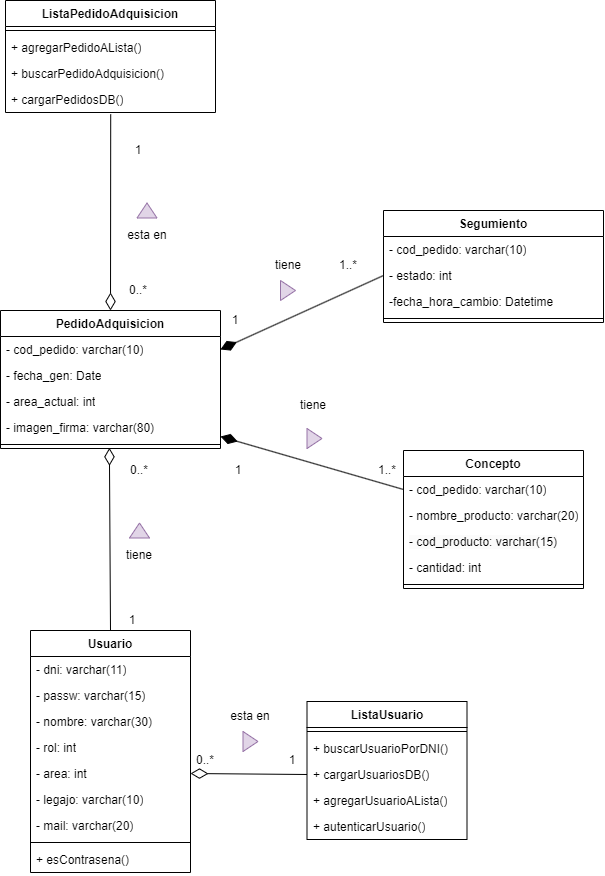
Above: diag_clases.png in yandro899/inso2-prototipo (draw.io), before the change. Source tidied: cells renumbered, new cells last; positions are measured from the earlier drawing's top-left corner, leaving out a move shared by most shapes.
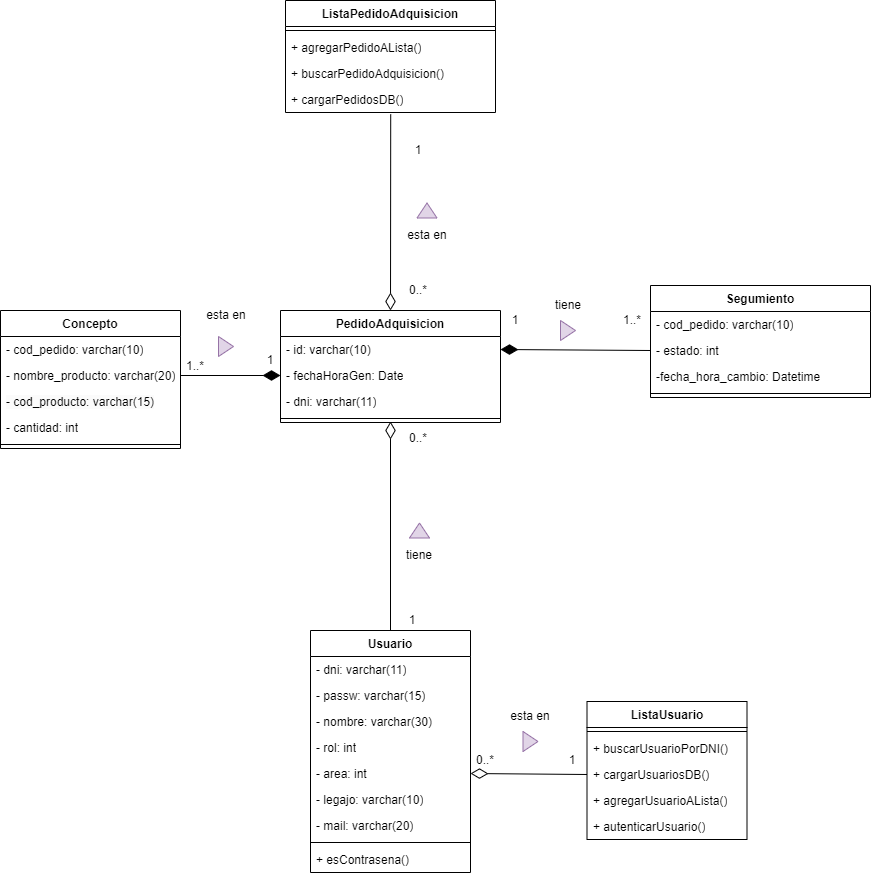
After the change.

Commit message:
Cambio diagrama de clases

Change to the diagram source:
```diff
@@ -3,25 +3,22 @@
     <mxCell id="0" />
     <mxCell id="1" parent="0" />
     <mxCell id="2" value="PedidoAdquisicion" style="swimlane;fontStyle=1;align=center;verticalAlign=top;horizontal=1;startSize=26;whiteSpace=wrap;html=1;" parent="1" vertex="1">
-      <mxGeometry y="310" width="220" height="138" as="geometry" />
+      <mxGeometry y="310" width="220" height="112" as="geometry" />
     </mxCell>
-    <mxCell id="3" value="- cod_pedido: varchar(10)" style="text;strokeColor=none;fillColor=none;align=left;verticalAlign=top;spacingLeft=4;spacingRight=4;overflow=hidden;points=[[0,0.5],[1,0.5]];portConstraint=eastwest;whiteSpace=wrap;html=1;" parent="2" vertex="1">
+    <mxCell id="3" value="- id: varchar(10)" style="text;strokeColor=none;fillColor=none;align=left;verticalAlign=top;spacingLeft=4;spacingRight=4;overflow=hidden;points=[[0,0.5],[1,0.5]];portConstraint=eastwest;whiteSpace=wrap;html=1;" parent="2" vertex="1">
       <mxGeometry y="26" width="220" height="26" as="geometry" />
     </mxCell>
-    <mxCell id="4" value="- fecha_gen: Date" style="text;strokeColor=none;fillColor=none;align=left;verticalAlign=top;spacingLeft=4;spacingRight=4;overflow=hidden;points=[[0,0.5],[1,0.5]];portConstraint=eastwest;whiteSpace=wrap;html=1;" parent="2" vertex="1">
+    <mxCell id="4" value="- fechaHoraGen: Date" style="text;strokeColor=none;fillColor=none;align=left;verticalAlign=top;spacingLeft=4;spacingRight=4;overflow=hidden;points=[[0,0.5],[1,0.5]];portConstraint=eastwest;whiteSpace=wrap;html=1;" parent="2" vertex="1">
       <mxGeometry y="52" width="220" height="26" as="geometry" />
     </mxCell>
-    <mxCell id="5" value="- area_actual: int" style="text;strokeColor=none;fillColor=none;align=left;verticalAlign=top;spacingLeft=4;spacingRight=4;overflow=hidden;whiteSpace=wrap;html=1;" parent="2" vertex="1">
+    <mxCell id="5" value="- dni: varchar(11)" style="text;strokeColor=none;fillColor=none;align=left;verticalAlign=top;spacingLeft=4;spacingRight=4;overflow=hidden;whiteSpace=wrap;html=1;" parent="2" vertex="1">
       <mxGeometry y="78" width="220" height="26" as="geometry" />
     </mxCell>
-    <mxCell id="6" value="- imagen_firma: varchar(80)" style="text;strokeColor=none;fillColor=none;align=left;verticalAlign=top;spacingLeft=4;spacingRight=4;overflow=hidden;whiteSpace=wrap;html=1;" parent="2" vertex="1">
-      <mxGeometry y="104" width="220" height="26" as="geometry" />
-    </mxCell>
     <mxCell id="7" style="line;strokeWidth=1;fillColor=none;align=left;verticalAlign=middle;spacingTop=-1;spacingLeft=3;spacingRight=3;labelPosition=right;points=[];portConstraint=eastwest;strokeColor=inherit;" parent="2" vertex="1">
-      <mxGeometry y="130" width="220" height="8" as="geometry" />
+      <mxGeometry y="104" width="220" height="8" as="geometry" />
     </mxCell>
     <mxCell id="8" value="Segumiento" style="swimlane;fontStyle=1;align=center;verticalAlign=top;horizontal=1;startSize=26;whiteSpace=wrap;html=1;" parent="1" vertex="1">
-      <mxGeometry x="383" y="210" width="220" height="112" as="geometry" />
+      <mxGeometry x="370" y="285" width="220" height="112" as="geometry" />
     </mxCell>
     <mxCell id="9" value="- cod_pedido: varchar(10)" style="text;strokeColor=none;fillColor=none;align=left;verticalAlign=top;spacingLeft=4;spacingRight=4;overflow=hidden;whiteSpace=wrap;html=1;" parent="8" vertex="1">
       <mxGeometry y="26" width="220" height="26" as="geometry" />
@@ -99,7 +96,7 @@
       <mxGeometry y="86" width="210" height="26" as="geometry" />
     </mxCell>
     <mxCell id="34" value="Concepto" style="swimlane;fontStyle=1;align=center;verticalAlign=top;horizontal=1;startSize=26;whiteSpace=wrap;html=1;" parent="1" vertex="1">
-      <mxGeometry x="403" y="450" width="180" height="138" as="geometry" />
+      <mxGeometry x="-280" y="310" width="180" height="138" as="geometry" />
     </mxCell>
     <mxCell id="35" value="- cod_pedido: varchar(10)" style="text;strokeColor=none;fillColor=none;align=left;verticalAlign=top;spacingLeft=4;spacingRight=4;overflow=hidden;points=[[0,0.5],[1,0.5]];portConstraint=eastwest;whiteSpace=wrap;html=1;" parent="34" vertex="1">
       <mxGeometry y="26" width="180" height="26" as="geometry" />
@@ -119,18 +116,14 @@
     <mxCell id="40" style="endArrow=none;html=1;rounded=0;exitX=1;exitY=0.5;exitDx=0;exitDy=0;entryX=0;entryY=0.5;entryDx=0;entryDy=0;startArrow=diamondThin;startFill=1;endFill=0;startSize=15;endSize=15;" parent="1" edge="1" source="3" target="10">
       <mxGeometry relative="1" as="geometry" />
     </mxCell>
-    <mxCell id="41" style="endArrow=none;html=1;rounded=0;exitX=1;exitY=0.5;exitDx=0;exitDy=0;entryX=0;entryY=0.5;entryDx=0;entryDy=0;startArrow=diamondThin;startFill=1;endFill=0;startSize=15;endSize=15;" parent="1" edge="1" target="35">
-      <mxGeometry relative="1" as="geometry">
-        <mxPoint x="220" y="436" as="sourcePoint" />
-      </mxGeometry>
+    <mxCell id="41" style="endArrow=none;html=1;rounded=0;entryX=1;entryY=0.5;entryDx=0;entryDy=0;startArrow=diamondThin;startFill=1;endFill=0;startSize=15;endSize=15;exitX=0;exitY=0.5;exitDx=0;exitDy=0;" parent="1" edge="1" source="4" target="36">
+      <mxGeometry relative="1" as="geometry" />
     </mxCell>
     <mxCell id="42" style="endArrow=none;html=1;rounded=0;exitX=0.5;exitY=0;exitDx=0;exitDy=0;entryX=0.501;entryY=1.071;entryDx=0;entryDy=0;entryPerimeter=0;startArrow=diamondThin;startFill=0;endFill=0;startSize=15;endSize=15;" parent="1" edge="1" source="2" target="33">
       <mxGeometry relative="1" as="geometry" />
     </mxCell>
-    <mxCell id="43" style="endArrow=diamondThin;html=1;rounded=0;entryX=0.495;entryY=0.936;entryDx=0;entryDy=0;entryPerimeter=0;exitX=0.5;exitY=0;exitDx=0;exitDy=0;startArrow=none;startFill=0;endFill=0;startSize=15;endSize=15;" parent="1" edge="1" source="13">
-      <mxGeometry relative="1" as="geometry">
-        <mxPoint x="108.9" y="447.3" as="targetPoint" />
-      </mxGeometry>
+    <mxCell id="43" style="endArrow=diamondThin;html=1;rounded=0;exitX=0.5;exitY=0;exitDx=0;exitDy=0;startArrow=none;startFill=0;endFill=0;startSize=15;endSize=15;entryX=0.5;entryY=0.875;entryDx=0;entryDy=0;entryPerimeter=0;" parent="1" edge="1" source="13" target="7">
+      <mxGeometry relative="1" as="geometry" />
     </mxCell>
     <mxCell id="44" style="endArrow=none;html=1;rounded=0;exitX=1;exitY=0.5;exitDx=0;exitDy=0;entryX=0;entryY=0.5;entryDx=0;entryDy=0;startArrow=diamondThin;startFill=0;endFill=0;startSize=15;endSize=15;" parent="1" edge="1" source="18" target="26">
       <mxGeometry relative="1" as="geometry" />
@@ -139,19 +132,19 @@
       <mxGeometry x="220" y="310" width="30" height="20" as="geometry" />
     </mxCell>
     <mxCell id="46" value="1..*" style="text;html=1;align=center;verticalAlign=middle;whiteSpace=wrap;rounded=0;" parent="1" vertex="1">
-      <mxGeometry x="333" y="255" width="30" height="20" as="geometry" />
+      <mxGeometry x="337" y="310" width="30" height="20" as="geometry" />
     </mxCell>
     <mxCell id="47" value="1" style="text;html=1;align=center;verticalAlign=middle;whiteSpace=wrap;rounded=0;" parent="1" vertex="1">
-      <mxGeometry x="223" y="460" width="30" height="20" as="geometry" />
+      <mxGeometry x="-25" y="350" width="30" height="20" as="geometry" />
     </mxCell>
     <mxCell id="48" value="1..*" style="text;html=1;align=center;verticalAlign=middle;whiteSpace=wrap;rounded=0;" parent="1" vertex="1">
-      <mxGeometry x="371.5" y="460" width="30" height="20" as="geometry" />
+      <mxGeometry x="-100" y="356" width="30" height="20" as="geometry" />
     </mxCell>
     <mxCell id="49" value="1" style="text;html=1;align=center;verticalAlign=middle;whiteSpace=wrap;rounded=0;" parent="1" vertex="1">
       <mxGeometry x="116.5" y="610" width="30" height="20" as="geometry" />
     </mxCell>
     <mxCell id="50" value="0..*" style="text;html=1;align=center;verticalAlign=middle;whiteSpace=wrap;rounded=0;" parent="1" vertex="1">
-      <mxGeometry x="124" y="460" width="30" height="20" as="geometry" />
+      <mxGeometry x="123" y="428" width="30" height="20" as="geometry" />
     </mxCell>
     <mxCell id="51" value="0..*" style="text;html=1;align=center;verticalAlign=middle;whiteSpace=wrap;rounded=0;" parent="1" vertex="1">
       <mxGeometry x="123" y="280" width="30" height="20" as="geometry" />
@@ -166,10 +159,10 @@
       <mxGeometry x="276.5" y="750" width="30" height="20" as="geometry" />
     </mxCell>
     <mxCell id="55" style="triangle;whiteSpace=wrap;html=1;fillColor=#e1d5e7;strokeColor=#9673a6;" parent="1" vertex="1">
-      <mxGeometry x="306.5" y="428" width="15" height="20" as="geometry" />
+      <mxGeometry x="-62" y="336" width="15" height="20" as="geometry" />
     </mxCell>
-    <mxCell id="56" value="tiene" style="text;html=1;align=center;verticalAlign=middle;whiteSpace=wrap;rounded=0;" parent="1" vertex="1">
-      <mxGeometry x="283" y="390" width="60" height="30" as="geometry" />
+    <mxCell id="56" value="esta en" style="text;html=1;align=center;verticalAlign=middle;whiteSpace=wrap;rounded=0;" parent="1" vertex="1">
+      <mxGeometry x="-84.5" y="300" width="60" height="30" as="geometry" />
     </mxCell>
     <mxCell id="57" style="triangle;whiteSpace=wrap;html=1;fillColor=#e1d5e7;strokeColor=#9673a6;rotation=-90;" parent="1" vertex="1">
       <mxGeometry x="131.5" y="520" width="15" height="20" as="geometry" />
@@ -184,10 +177,10 @@
       <mxGeometry x="116.5" y="220" width="60" height="30" as="geometry" />
     </mxCell>
     <mxCell id="61" style="triangle;whiteSpace=wrap;html=1;fillColor=#e1d5e7;strokeColor=#9673a6;" parent="1" vertex="1">
-      <mxGeometry x="280" y="280" width="15" height="20" as="geometry" />
+      <mxGeometry x="280" y="320" width="15" height="20" as="geometry" />
     </mxCell>
     <mxCell id="62" value="tiene" style="text;html=1;align=center;verticalAlign=middle;whiteSpace=wrap;rounded=0;" parent="1" vertex="1">
-      <mxGeometry x="257.5" y="250" width="60" height="30" as="geometry" />
+      <mxGeometry x="257.5" y="290" width="60" height="30" as="geometry" />
     </mxCell>
     <mxCell id="63" style="triangle;whiteSpace=wrap;html=1;fillColor=#e1d5e7;strokeColor=#9673a6;" parent="1" vertex="1">
       <mxGeometry x="242.5" y="731" width="15" height="20" as="geometry" />
```
